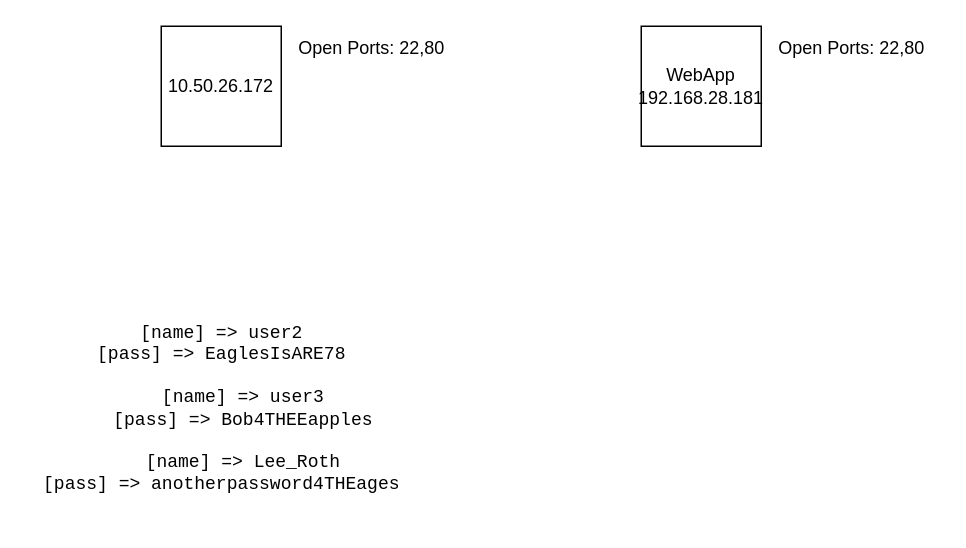
This is Security/Dry-Run.drawio from LukeaBrown/COSC, a draw.io file, before an edit. Source tidied: cells renumbered, new cells numbered last; positions are measured from the earlier drawing's top-left corner, leaving out a move shared by most shapes. Both pictures are drawn from the tidied source at 150%, with x=0, y=0 at pixel (26, 26).
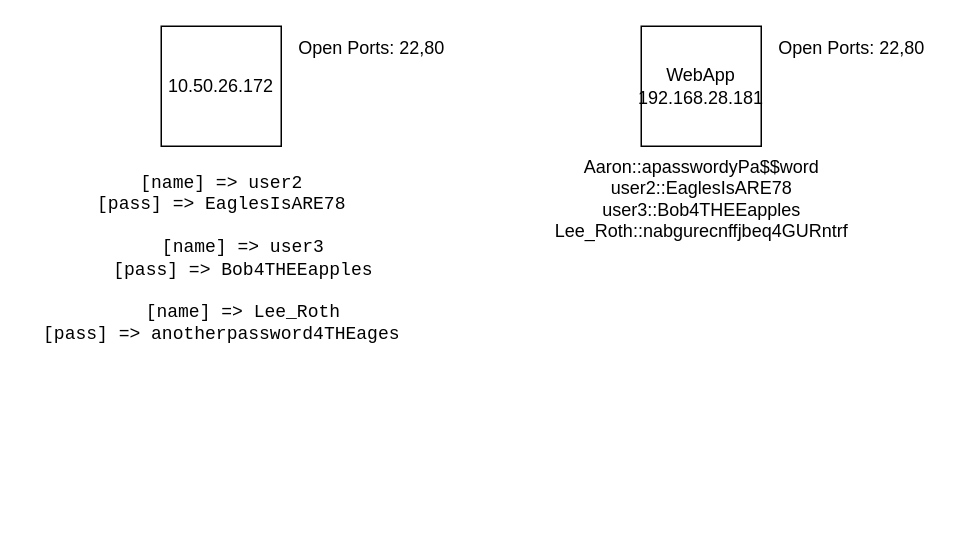
The same page after the edit.

What changed in the source:
```diff
@@
 <mxGraphModel>
   <root>
     <mxCell id="0" />
     <mxCell id="1" parent="0" />
     <mxCell id="2" value="10.50.26.172" style="whiteSpace=wrap;html=1;" parent="1" vertex="1">
       <mxGeometry x="90" width="80" height="80" as="geometry" />
     </mxCell>
     <mxCell id="3" value="Open Ports: 22,80" style="text;html=1;align=center;verticalAlign=middle;strokeColor=none;fillColor=none;" parent="1" vertex="1">
       <mxGeometry x="170" width="120" height="30" as="geometry" />
     </mxCell>
     <mxCell id="4" value="&lt;pre id=&quot;line1&quot;&gt;[name] =&amp;gt; user2&lt;br&gt;[pass] =&amp;gt; EaglesIsARE78&lt;br&gt;&lt;br&gt;    [name] =&amp;gt; user3&lt;br&gt;    [pass] =&amp;gt; Bob4THEEapples&lt;br&gt;&lt;br&gt;    [name] =&amp;gt; Lee_Roth&lt;br&gt;[pass] =&amp;gt; anotherpassword4THEages&lt;span id=&quot;line20&quot;&gt;&lt;/span&gt;&lt;span id=&quot;line19&quot;&gt;&lt;/span&gt;&lt;span id=&quot;line18&quot;&gt;&lt;/span&gt;&lt;span id=&quot;line17&quot;&gt;&lt;/span&gt;&lt;span id=&quot;line16&quot;&gt;&lt;/span&gt;&lt;span id=&quot;line15&quot;&gt;&lt;/span&gt;&lt;span id=&quot;line14&quot;&gt;&lt;/span&gt;&lt;span id=&quot;line13&quot;&gt;&lt;/span&gt;&lt;span id=&quot;line12&quot;&gt;&lt;/span&gt;&lt;span id=&quot;line11&quot;&gt;&lt;/span&gt;&lt;span id=&quot;line10&quot;&gt;&lt;/span&gt;&lt;span id=&quot;line9&quot;&gt;&lt;/span&gt;&lt;span id=&quot;line8&quot;&gt;&lt;/span&gt;&lt;span id=&quot;line7&quot;&gt;&lt;/span&gt;&lt;span id=&quot;line6&quot;&gt;&lt;/span&gt;&lt;span id=&quot;line5&quot;&gt;&lt;/span&gt;&lt;span id=&quot;line4&quot;&gt;&lt;/span&gt;&lt;span id=&quot;line3&quot;&gt;&lt;/span&gt;&lt;span&gt;&lt;/span&gt;&lt;/pre&gt;" style="text;html=1;align=center;verticalAlign=middle;strokeColor=none;fillColor=none;" parent="1" vertex="1">
-      <mxGeometry y="180" width="260" height="150" as="geometry" />
+      <mxGeometry y="80" width="260" height="150" as="geometry" />
     </mxCell>
     <mxCell id="5" value="&lt;div&gt;WebApp&lt;/div&gt;&lt;div&gt;192.168.28.181&lt;br&gt;&lt;/div&gt;" style="whiteSpace=wrap;html=1;" parent="1" vertex="1">
       <mxGeometry x="410" width="80" height="80" as="geometry" />
     </mxCell>
     <mxCell id="6" value="Open Ports: 22,80" style="text;html=1;align=center;verticalAlign=middle;strokeColor=none;fillColor=none;" parent="1" vertex="1">
       <mxGeometry x="490" width="120" height="30" as="geometry" />
     </mxCell>
+    <mxCell id="7" value="&lt;div&gt;Aaron::apasswordyPa$$word&lt;/div&gt;&lt;div&gt;user2::EaglesIsARE78&lt;/div&gt;&lt;div&gt;user3::Bob4THEEapples&lt;/div&gt;&lt;div&gt;Lee_Roth::nabgurecnffjbeq4GURntrf&lt;br&gt;&lt;/div&gt;" style="text;html=1;align=center;verticalAlign=middle;strokeColor=none;fillColor=none;" parent="1" vertex="1">
+      <mxGeometry x="340" y="80" width="220" height="70" as="geometry" />
+    </mxCell>
   </root>
 </mxGraphModel>
```
